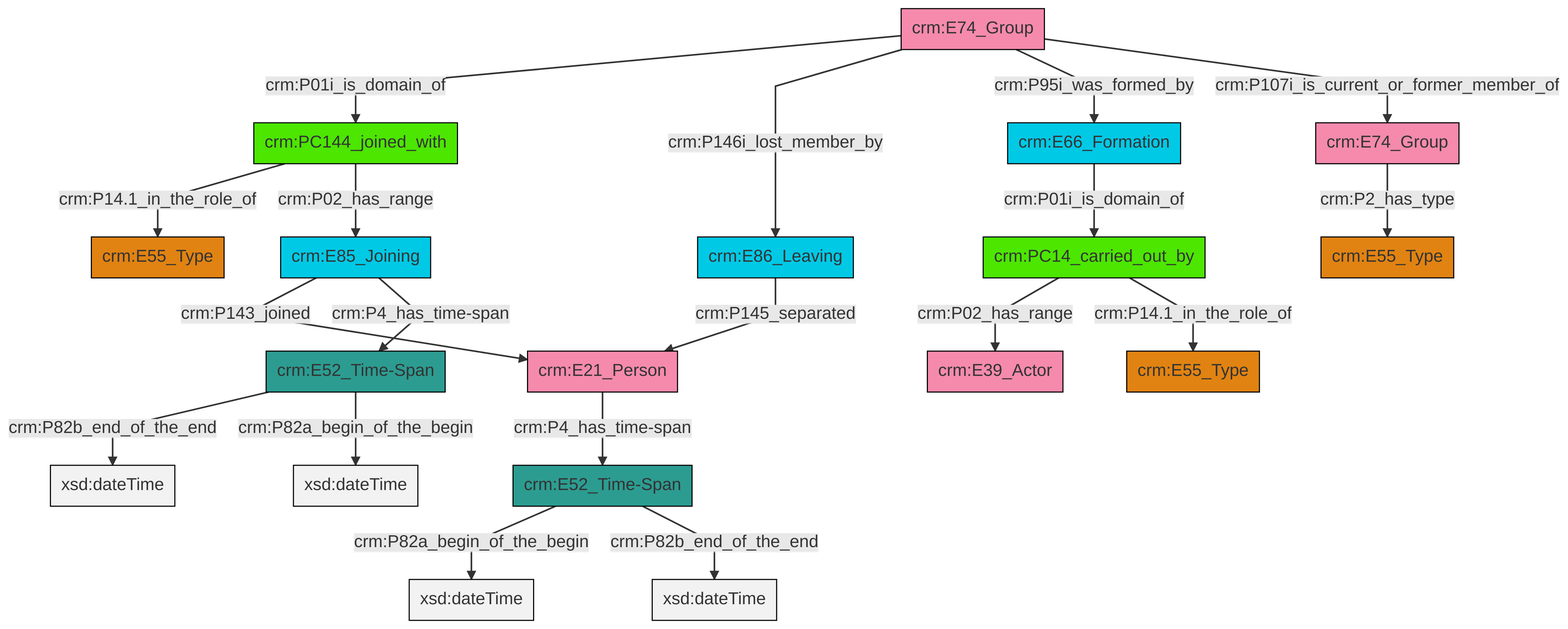
Before: et/groupCSV/ttl/mmd/png/group_actor_relations.png, a diagram exported from Mermaid (swiss-art-research-net/docs.swissartresearch). Its source is kept beside it as et/groupCSV/ttl/mmd/group_actor_relations.ttl.mmd.
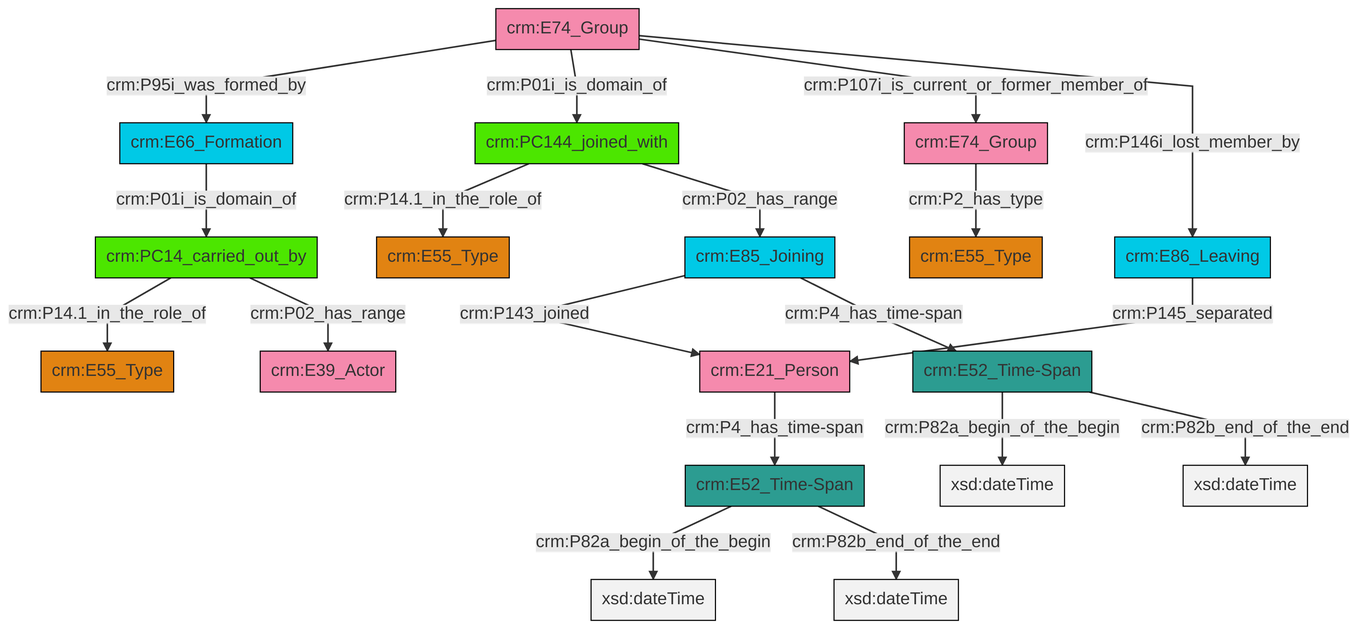
After the commit.

The edit, as a diff of the source:
```diff
@@ -13,21 +13,21 @@
 classDef PC_Classes fill:#4ce600, stroke:#000000;
 classDef Multi fill:#cccccc,stroke:#000000;
 
-0["crm:E74_Group"]:::Actor -->|crm:P01i_is_domain_of| 1["crm:PC144_joined_with"]:::PC_Classes
-1["crm:PC144_joined_with"]:::PC_Classes -->|crm:P14.1_in_the_role_of| 2["crm:E55_Type"]:::Type
-3["crm:E52_Time-Span"]:::Time-Span -->|crm:P82b_end_of_the_end| 4[xsd:dateTime]:::Literal
-5["crm:E66_Formation"]:::Temporal_Entity -->|crm:P01i_is_domain_of| 6["crm:PC14_carried_out_by"]:::PC_Classes
-1["crm:PC144_joined_with"]:::PC_Classes -->|crm:P02_has_range| 7["crm:E85_Joining"]:::Temporal_Entity
-0["crm:E74_Group"]:::Actor -->|crm:P146i_lost_member_by| 8["crm:E86_Leaving"]:::Temporal_Entity
+2["crm:E85_Joining"]:::Temporal_Entity -->|crm:P143_joined| 3["crm:E21_Person"]:::Actor
+4["crm:PC14_carried_out_by"]:::PC_Classes -->|crm:P14.1_in_the_role_of| 0["crm:E55_Type"]:::Type
 9["crm:E52_Time-Span"]:::Time-Span -->|crm:P82a_begin_of_the_begin| 10[xsd:dateTime]:::Literal
-6["crm:PC14_carried_out_by"]:::PC_Classes -->|crm:P02_has_range| 19["crm:E39_Actor"]:::Actor
-7["crm:E85_Joining"]:::Temporal_Entity -->|crm:P143_joined| 20["crm:E21_Person"]:::Actor
-0["crm:E74_Group"]:::Actor -->|crm:P95i_was_formed_by| 5["crm:E66_Formation"]:::Temporal_Entity
-9["crm:E52_Time-Span"]:::Time-Span -->|crm:P82b_end_of_the_end| 21[xsd:dateTime]:::Literal
-3["crm:E52_Time-Span"]:::Time-Span -->|crm:P82a_begin_of_the_begin| 23[xsd:dateTime]:::Literal
-0["crm:E74_Group"]:::Actor -->|crm:P107i_is_current_or_former_member_of| 24["crm:E74_Group"]:::Actor
-8["crm:E86_Leaving"]:::Temporal_Entity -->|crm:P145_separated| 20["crm:E21_Person"]:::Actor
-6["crm:PC14_carried_out_by"]:::PC_Classes -->|crm:P14.1_in_the_role_of| 17["crm:E55_Type"]:::Type
-20["crm:E21_Person"]:::Actor -->|crm:P4_has_time-span| 9["crm:E52_Time-Span"]:::Time-Span
-24["crm:E74_Group"]:::Actor -->|crm:P2_has_type| 14["crm:E55_Type"]:::Type
-7["crm:E85_Joining"]:::Temporal_Entity -->|crm:P4_has_time-span| 3["crm:E52_Time-Span"]:::Time-Span
+11["crm:E74_Group"]:::Actor -->|crm:P95i_was_formed_by| 12["crm:E66_Formation"]:::Temporal_Entity
+19["crm:E86_Leaving"]:::Temporal_Entity -->|crm:P145_separated| 3["crm:E21_Person"]:::Actor
+20["crm:E52_Time-Span"]:::Time-Span -->|crm:P82a_begin_of_the_begin| 21[xsd:dateTime]:::Literal
+23["crm:PC144_joined_with"]:::PC_Classes -->|crm:P14.1_in_the_role_of| 5["crm:E55_Type"]:::Type
+11["crm:E74_Group"]:::Actor -->|crm:P01i_is_domain_of| 23["crm:PC144_joined_with"]:::PC_Classes
+4["crm:PC14_carried_out_by"]:::PC_Classes -->|crm:P02_has_range| 16["crm:E39_Actor"]:::Actor
+9["crm:E52_Time-Span"]:::Time-Span -->|crm:P82b_end_of_the_end| 26[xsd:dateTime]:::Literal
+11["crm:E74_Group"]:::Actor -->|crm:P107i_is_current_or_former_member_of| 7["crm:E74_Group"]:::Actor
+20["crm:E52_Time-Span"]:::Time-Span -->|crm:P82b_end_of_the_end| 30[xsd:dateTime]:::Literal
+12["crm:E66_Formation"]:::Temporal_Entity -->|crm:P01i_is_domain_of| 4["crm:PC14_carried_out_by"]:::PC_Classes
+11["crm:E74_Group"]:::Actor -->|crm:P146i_lost_member_by| 19["crm:E86_Leaving"]:::Temporal_Entity
+23["crm:PC144_joined_with"]:::PC_Classes -->|crm:P02_has_range| 2["crm:E85_Joining"]:::Temporal_Entity
+2["crm:E85_Joining"]:::Temporal_Entity -->|crm:P4_has_time-span| 9["crm:E52_Time-Span"]:::Time-Span
+7["crm:E74_Group"]:::Actor -->|crm:P2_has_type| 13["crm:E55_Type"]:::Type
+3["crm:E21_Person"]:::Actor -->|crm:P4_has_time-span| 20["crm:E52_Time-Span"]:::Time-Span
```
